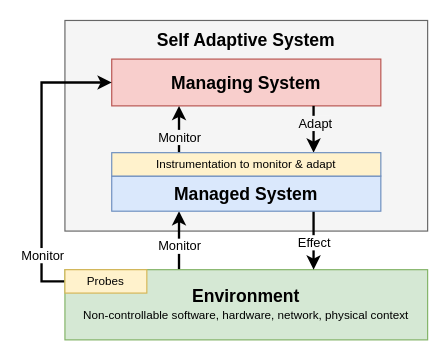
This is page "managingManaged" (8 of 10) of documentation/diagrams/diagram.drawio from alegil0206/AeroFlux, a draw.io file, before an edit. Source tidied: cells renumbered, new cells numbered last; positions are measured from the earlier drawing's top-left corner, leaving out a move shared by most shapes. Both pictures are drawn from the tidied source at 117%, with x=0, y=0 at pixel (41, 20).
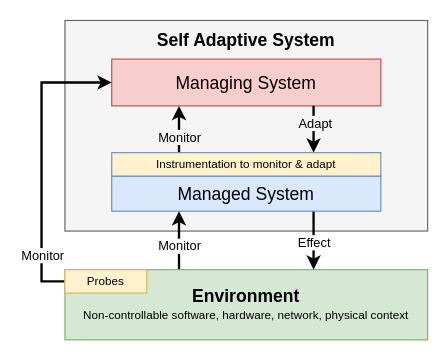
The same page after the edit.

Change to the diagram source:
```diff
@@
-    <mxCell id="3" value="&lt;span style=&quot;color: rgb(0, 0, 0); font-weight: 700;&quot;&gt;&lt;font style=&quot;font-size: 15px;&quot;&gt;Managing System&lt;/font&gt;&lt;/span&gt;" style="rounded=0;whiteSpace=wrap;html=1;fillColor=#f8cecc;strokeColor=#b85450;" parent="1" vertex="1">
+    <mxCell id="3" value="&lt;span style=&quot;color: rgb(0, 0, 0);&quot;&gt;&lt;font style=&quot;font-size: 15px;&quot;&gt;Managing System&lt;/font&gt;&lt;/span&gt;" style="rounded=0;whiteSpace=wrap;html=1;fillColor=#f8cecc;strokeColor=#b85450;fontStyle=0;" parent="1" vertex="1">
       <mxGeometry x="60" y="33" width="230" height="40" as="geometry" />
     </mxCell>
@@
-    <mxCell id="15" value="&lt;span style=&quot;color: rgb(0, 0, 0); font-weight: 700;&quot;&gt;&lt;font style=&quot;font-size: 15px;&quot;&gt;Managed System&lt;/font&gt;&lt;/span&gt;" style="rounded=0;whiteSpace=wrap;html=1;fillColor=#dae8fc;strokeColor=#6c8ebf;" parent="1" vertex="1">
+    <mxCell id="15" value="&lt;span style=&quot;color: rgb(0, 0, 0);&quot;&gt;&lt;font style=&quot;font-size: 15px;&quot;&gt;Managed System&lt;/font&gt;&lt;/span&gt;" style="rounded=0;whiteSpace=wrap;html=1;fillColor=#dae8fc;strokeColor=#6c8ebf;fontStyle=0;" parent="1" vertex="1">
       <mxGeometry x="60" y="133" width="230" height="30" as="geometry" />
     </mxCell>
```
